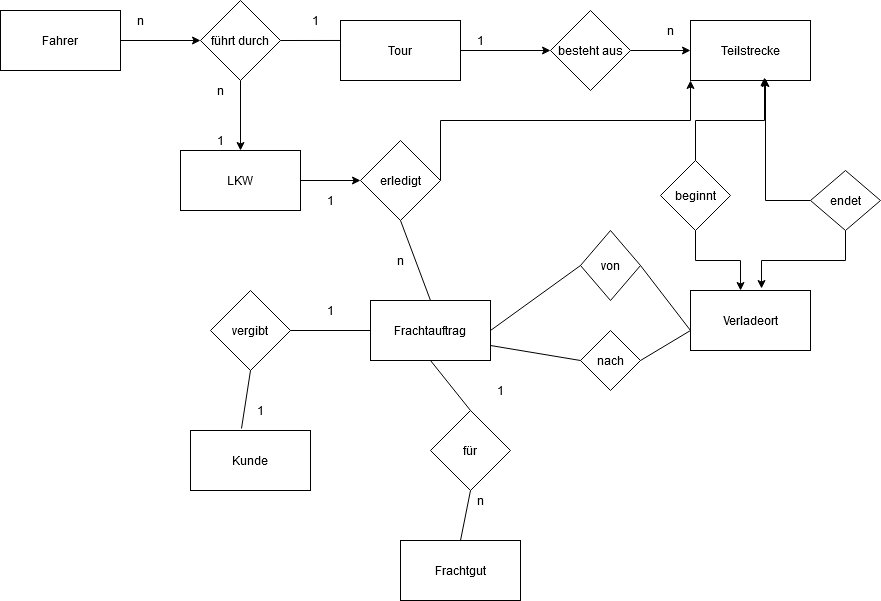
gianluca1606/gianluca1606 keeps this draw.io diagram as Tour.png. Above is the earlier version. Source tidied: cells renumbered, new cells last; positions are measured from the earlier drawing's top-left corner, leaving out a move shared by most shapes. Source of this version:
```xml
<mxGraphModel>
  <root>
    <mxCell id="0" />
    <mxCell id="1" parent="0" />
    <mxCell id="2" style="edgeStyle=orthogonalEdgeStyle;rounded=0;jettySize=auto;html=1;exitX=1;exitY=0.5;exitDx=0;exitDy=0;entryX=0;entryY=0.5;entryDx=0;entryDy=0;" parent="1" edge="1" source="3" target="6">
      <mxGeometry relative="1" as="geometry" />
    </mxCell>
    <mxCell id="3" value="Fahrer" style="rounded=0;whiteSpace=wrap;html=1;" parent="1" vertex="1">
      <mxGeometry y="10" width="120" height="60" as="geometry" />
    </mxCell>
    <mxCell id="4" style="edgeStyle=orthogonalEdgeStyle;rounded=0;jettySize=auto;html=1;exitX=1;exitY=0.5;exitDx=0;exitDy=0;entryX=0.083;entryY=0.333;entryDx=0;entryDy=0;entryPerimeter=0;" parent="1" edge="1" source="6" target="8">
      <mxGeometry relative="1" as="geometry" />
    </mxCell>
    <mxCell id="5" style="edgeStyle=orthogonalEdgeStyle;rounded=0;jettySize=auto;html=1;exitX=0.5;exitY=1;exitDx=0;exitDy=0;entryX=0.5;entryY=0;entryDx=0;entryDy=0;" parent="1" edge="1" source="6" target="13">
      <mxGeometry relative="1" as="geometry" />
    </mxCell>
    <mxCell id="6" value="führt durch" style="rhombus;whiteSpace=wrap;html=1;" parent="1" vertex="1">
      <mxGeometry x="200" width="80" height="80" as="geometry" />
    </mxCell>
    <mxCell id="7" style="edgeStyle=orthogonalEdgeStyle;rounded=0;jettySize=auto;html=1;exitX=1;exitY=0.5;exitDx=0;exitDy=0;entryX=0;entryY=0.5;entryDx=0;entryDy=0;" parent="1" edge="1" source="8" target="10">
      <mxGeometry relative="1" as="geometry" />
    </mxCell>
    <mxCell id="8" value="Tour" style="rounded=0;whiteSpace=wrap;html=1;" parent="1" vertex="1">
      <mxGeometry x="340" y="20" width="120" height="60" as="geometry" />
    </mxCell>
    <mxCell id="9" style="edgeStyle=orthogonalEdgeStyle;rounded=0;jettySize=auto;html=1;exitX=1;exitY=0.5;exitDx=0;exitDy=0;entryX=0;entryY=0.5;entryDx=0;entryDy=0;" parent="1" edge="1" source="10" target="11">
      <mxGeometry relative="1" as="geometry" />
    </mxCell>
    <mxCell id="10" value="besteht aus" style="rhombus;whiteSpace=wrap;html=1;" parent="1" vertex="1">
      <mxGeometry x="550" y="10" width="80" height="80" as="geometry" />
    </mxCell>
    <mxCell id="11" value="Teilstrecke" style="rounded=0;whiteSpace=wrap;html=1;" parent="1" vertex="1">
      <mxGeometry x="690" y="20" width="120" height="60" as="geometry" />
    </mxCell>
    <mxCell id="12" style="edgeStyle=orthogonalEdgeStyle;rounded=0;jettySize=auto;html=1;exitX=1;exitY=0.5;exitDx=0;exitDy=0;entryX=0;entryY=0.5;entryDx=0;entryDy=0;" parent="1" edge="1" source="13" target="15">
      <mxGeometry relative="1" as="geometry" />
    </mxCell>
    <mxCell id="13" value="LKW" style="rounded=0;whiteSpace=wrap;html=1;" parent="1" vertex="1">
      <mxGeometry x="180" y="150" width="120" height="60" as="geometry" />
    </mxCell>
    <mxCell id="14" style="edgeStyle=orthogonalEdgeStyle;rounded=0;jettySize=auto;html=1;exitX=1;exitY=0.5;exitDx=0;exitDy=0;entryX=0;entryY=1;entryDx=0;entryDy=0;" parent="1" edge="1" source="15" target="11">
      <mxGeometry relative="1" as="geometry">
        <Array as="points">
          <mxPoint x="440" y="120" />
          <mxPoint x="690" y="120" />
        </Array>
      </mxGeometry>
    </mxCell>
    <mxCell id="15" value="erledigt" style="rhombus;whiteSpace=wrap;html=1;" parent="1" vertex="1">
      <mxGeometry x="360" y="140" width="80" height="80" as="geometry" />
    </mxCell>
    <mxCell id="16" value="Frachtauftrag" style="rounded=0;whiteSpace=wrap;html=1;" parent="1" vertex="1">
      <mxGeometry x="370" y="300" width="120" height="60" as="geometry" />
    </mxCell>
    <mxCell id="17" value="vergibt" style="rhombus;whiteSpace=wrap;html=1;" parent="1" vertex="1">
      <mxGeometry x="210" y="290" width="80" height="80" as="geometry" />
    </mxCell>
    <mxCell id="18" value="Kunde" style="rounded=0;whiteSpace=wrap;html=1;" parent="1" vertex="1">
      <mxGeometry x="190" y="430" width="120" height="60" as="geometry" />
    </mxCell>
    <mxCell id="19" value="für" style="rhombus;whiteSpace=wrap;html=1;" parent="1" vertex="1">
      <mxGeometry x="430" y="410" width="80" height="80" as="geometry" />
    </mxCell>
    <mxCell id="20" value="Frachtgut" style="rounded=0;whiteSpace=wrap;html=1;" parent="1" vertex="1">
      <mxGeometry x="400" y="540" width="120" height="60" as="geometry" />
    </mxCell>
    <mxCell id="21" value="von" style="rhombus;whiteSpace=wrap;html=1;" parent="1" vertex="1">
      <mxGeometry x="580" y="230" width="60" height="70" as="geometry" />
    </mxCell>
    <mxCell id="22" value="nach" style="rhombus;whiteSpace=wrap;html=1;" parent="1" vertex="1">
      <mxGeometry x="580" y="330" width="60" height="60" as="geometry" />
    </mxCell>
    <mxCell id="23" value="Verladeort" style="rounded=0;whiteSpace=wrap;html=1;" parent="1" vertex="1">
      <mxGeometry x="690" y="290" width="120" height="60" as="geometry" />
    </mxCell>
    <mxCell id="24" style="edgeStyle=orthogonalEdgeStyle;rounded=0;jettySize=auto;html=1;exitX=0.5;exitY=0;exitDx=0;exitDy=0;entryX=0.617;entryY=0.95;entryDx=0;entryDy=0;entryPerimeter=0;" parent="1" edge="1" source="26" target="11">
      <mxGeometry relative="1" as="geometry" />
    </mxCell>
    <mxCell id="25" style="edgeStyle=orthogonalEdgeStyle;rounded=0;jettySize=auto;html=1;exitX=0.5;exitY=1;exitDx=0;exitDy=0;entryX=0.417;entryY=0;entryDx=0;entryDy=0;entryPerimeter=0;" parent="1" edge="1" source="26" target="23">
      <mxGeometry relative="1" as="geometry" />
    </mxCell>
    <mxCell id="26" value="beginnt" style="rhombus;whiteSpace=wrap;html=1;" parent="1" vertex="1">
      <mxGeometry x="660" y="160" width="70" height="70" as="geometry" />
    </mxCell>
    <mxCell id="27" style="edgeStyle=orthogonalEdgeStyle;rounded=0;jettySize=auto;html=1;exitX=0;exitY=0.5;exitDx=0;exitDy=0;entryX=0.625;entryY=0.967;entryDx=0;entryDy=0;entryPerimeter=0;" parent="1" edge="1" source="29" target="11">
      <mxGeometry relative="1" as="geometry" />
    </mxCell>
    <mxCell id="28" style="edgeStyle=orthogonalEdgeStyle;rounded=0;jettySize=auto;html=1;exitX=0.5;exitY=1;exitDx=0;exitDy=0;entryX=0.592;entryY=-0.033;entryDx=0;entryDy=0;entryPerimeter=0;" parent="1" edge="1" source="29" target="23">
      <mxGeometry relative="1" as="geometry" />
    </mxCell>
    <mxCell id="29" value="endet" style="rhombus;whiteSpace=wrap;html=1;" parent="1" vertex="1">
      <mxGeometry x="810" y="170" width="70" height="60" as="geometry" />
    </mxCell>
    <mxCell id="30" style="endArrow=none;html=1;exitX=1;exitY=0.5;exitDx=0;exitDy=0;" parent="1" edge="1" source="22">
      <mxGeometry relative="1" as="geometry">
        <mxPoint x="690" y="330" as="targetPoint" />
      </mxGeometry>
    </mxCell>
    <mxCell id="31" style="endArrow=none;html=1;entryX=1;entryY=0.5;entryDx=0;entryDy=0;" parent="1" edge="1" target="21">
      <mxGeometry relative="1" as="geometry">
        <mxPoint x="690" y="330" as="sourcePoint" />
      </mxGeometry>
    </mxCell>
    <mxCell id="32" style="endArrow=none;html=1;entryX=0.5;entryY=0;entryDx=0;entryDy=0;exitX=0.5;exitY=1;exitDx=0;exitDy=0;" parent="1" edge="1" source="16" target="19">
      <mxGeometry relative="1" as="geometry" />
    </mxCell>
    <mxCell id="33" style="endArrow=none;html=1;exitX=0.5;exitY=0;exitDx=0;exitDy=0;entryX=0.5;entryY=1;entryDx=0;entryDy=0;" parent="1" edge="1" source="20" target="19">
      <mxGeometry relative="1" as="geometry" />
    </mxCell>
    <mxCell id="34" style="endArrow=none;html=1;exitX=0.425;exitY=-0.033;exitDx=0;exitDy=0;exitPerimeter=0;entryX=0.5;entryY=1;entryDx=0;entryDy=0;" parent="1" edge="1" source="18" target="17">
      <mxGeometry relative="1" as="geometry" />
    </mxCell>
    <mxCell id="35" style="endArrow=none;html=1;exitX=1;exitY=0.5;exitDx=0;exitDy=0;entryX=0;entryY=0.5;entryDx=0;entryDy=0;" parent="1" edge="1" source="17" target="16">
      <mxGeometry relative="1" as="geometry" />
    </mxCell>
    <mxCell id="36" style="endArrow=none;html=1;entryX=0.5;entryY=1;entryDx=0;entryDy=0;exitX=0.5;exitY=0;exitDx=0;exitDy=0;" parent="1" edge="1" source="16" target="15">
      <mxGeometry relative="1" as="geometry" />
    </mxCell>
    <mxCell id="37" style="endArrow=none;html=1;exitX=1;exitY=0.5;exitDx=0;exitDy=0;entryX=0;entryY=0.5;entryDx=0;entryDy=0;" parent="1" edge="1" source="16" target="21">
      <mxGeometry relative="1" as="geometry" />
    </mxCell>
    <mxCell id="38" style="endArrow=none;html=1;exitX=1;exitY=0.75;exitDx=0;exitDy=0;entryX=0;entryY=0.5;entryDx=0;entryDy=0;" parent="1" edge="1" source="16" target="22">
      <mxGeometry relative="1" as="geometry" />
    </mxCell>
    <mxCell id="39" value="&lt;div&gt;n&lt;/div&gt;" style="text;html=1;strokeColor=none;fillColor=none;align=center;verticalAlign=middle;whiteSpace=wrap;rounded=0;" parent="1" vertex="1">
      <mxGeometry x="120" y="10" width="40" height="20" as="geometry" />
    </mxCell>
    <mxCell id="40" value="1" style="text;html=1;strokeColor=none;fillColor=none;align=center;verticalAlign=middle;whiteSpace=wrap;rounded=0;" parent="1" vertex="1">
      <mxGeometry x="300" y="10" width="30" height="20" as="geometry" />
    </mxCell>
    <mxCell id="41" value="1" style="text;html=1;strokeColor=none;fillColor=none;align=center;verticalAlign=middle;whiteSpace=wrap;rounded=0;" parent="1" vertex="1">
      <mxGeometry x="460" y="30" width="40" height="20" as="geometry" />
    </mxCell>
    <mxCell id="42" value="n" style="text;html=1;strokeColor=none;fillColor=none;align=center;verticalAlign=middle;whiteSpace=wrap;rounded=0;" parent="1" vertex="1">
      <mxGeometry x="650" y="20" width="40" height="20" as="geometry" />
    </mxCell>
    <mxCell id="43" value="n" style="text;html=1;strokeColor=none;fillColor=none;align=center;verticalAlign=middle;whiteSpace=wrap;rounded=0;" parent="1" vertex="1">
      <mxGeometry x="200" y="80" width="40" height="20" as="geometry" />
    </mxCell>
    <mxCell id="44" value="1" style="text;html=1;strokeColor=none;fillColor=none;align=center;verticalAlign=middle;whiteSpace=wrap;rounded=0;" parent="1" vertex="1">
      <mxGeometry x="200" y="130" width="40" height="20" as="geometry" />
    </mxCell>
    <mxCell id="45" value="1" style="text;html=1;strokeColor=none;fillColor=none;align=center;verticalAlign=middle;whiteSpace=wrap;rounded=0;" parent="1" vertex="1">
      <mxGeometry x="310" y="190" width="40" height="20" as="geometry" />
    </mxCell>
    <mxCell id="46" value="n" style="text;html=1;strokeColor=none;fillColor=none;align=center;verticalAlign=middle;whiteSpace=wrap;rounded=0;" parent="1" vertex="1">
      <mxGeometry x="380" y="250" width="40" height="20" as="geometry" />
    </mxCell>
    <mxCell id="47" value="1" style="text;html=1;strokeColor=none;fillColor=none;align=center;verticalAlign=middle;whiteSpace=wrap;rounded=0;" parent="1" vertex="1">
      <mxGeometry x="310" y="300" width="40" height="20" as="geometry" />
    </mxCell>
    <mxCell id="48" value="1" style="text;html=1;strokeColor=none;fillColor=none;align=center;verticalAlign=middle;whiteSpace=wrap;rounded=0;" parent="1" vertex="1">
      <mxGeometry x="240" y="400" width="40" height="20" as="geometry" />
    </mxCell>
    <mxCell id="49" style="edgeStyle=orthogonalEdgeStyle;rounded=0;orthogonalLoop=1;jettySize=auto;html=1;exitX=0.5;exitY=1;exitDx=0;exitDy=0;" parent="1" edge="1" source="48" target="48">
      <mxGeometry relative="1" as="geometry" />
    </mxCell>
    <mxCell id="50" value="1" style="text;html=1;strokeColor=none;fillColor=none;align=center;verticalAlign=middle;whiteSpace=wrap;rounded=0;" parent="1" vertex="1">
      <mxGeometry x="480" y="380" width="40" height="20" as="geometry" />
    </mxCell>
    <mxCell id="51" value="n" style="text;html=1;strokeColor=none;fillColor=none;align=center;verticalAlign=middle;whiteSpace=wrap;rounded=0;" parent="1" vertex="1">
      <mxGeometry x="460" y="490" width="40" height="20" as="geometry" />
    </mxCell>
  </root>
</mxGraphModel>
```
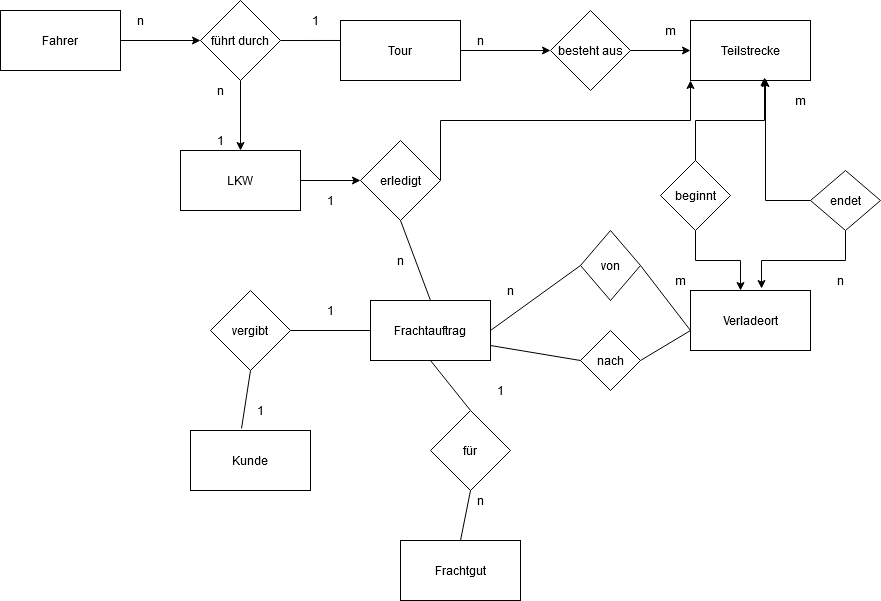
After the change.

Change to the diagram source:
```diff
@@ -128,10 +128,10 @@
     <mxCell id="40" value="1" style="text;html=1;strokeColor=none;fillColor=none;align=center;verticalAlign=middle;whiteSpace=wrap;rounded=0;" parent="1" vertex="1">
       <mxGeometry x="300" y="10" width="30" height="20" as="geometry" />
     </mxCell>
-    <mxCell id="41" value="1" style="text;html=1;strokeColor=none;fillColor=none;align=center;verticalAlign=middle;whiteSpace=wrap;rounded=0;" parent="1" vertex="1">
+    <mxCell id="41" value="n" style="text;html=1;strokeColor=none;fillColor=none;align=center;verticalAlign=middle;whiteSpace=wrap;rounded=0;" parent="1" vertex="1">
       <mxGeometry x="460" y="30" width="40" height="20" as="geometry" />
     </mxCell>
-    <mxCell id="42" value="n" style="text;html=1;strokeColor=none;fillColor=none;align=center;verticalAlign=middle;whiteSpace=wrap;rounded=0;" parent="1" vertex="1">
+    <mxCell id="42" value="m" style="text;html=1;strokeColor=none;fillColor=none;align=center;verticalAlign=middle;whiteSpace=wrap;rounded=0;" parent="1" vertex="1">
       <mxGeometry x="650" y="20" width="40" height="20" as="geometry" />
     </mxCell>
     <mxCell id="43" value="n" style="text;html=1;strokeColor=none;fillColor=none;align=center;verticalAlign=middle;whiteSpace=wrap;rounded=0;" parent="1" vertex="1">
@@ -161,5 +161,17 @@
     <mxCell id="51" value="n" style="text;html=1;strokeColor=none;fillColor=none;align=center;verticalAlign=middle;whiteSpace=wrap;rounded=0;" parent="1" vertex="1">
       <mxGeometry x="460" y="490" width="40" height="20" as="geometry" />
     </mxCell>
+    <mxCell id="52" value="m" style="text;html=1;strokeColor=none;fillColor=none;align=center;verticalAlign=middle;whiteSpace=wrap;rounded=0;" parent="1" vertex="1">
+      <mxGeometry x="780" y="90" width="40" height="20" as="geometry" />
+    </mxCell>
+    <mxCell id="53" value="n" style="text;html=1;strokeColor=none;fillColor=none;align=center;verticalAlign=middle;whiteSpace=wrap;rounded=0;" parent="1" vertex="1">
+      <mxGeometry x="820" y="270" width="40" height="20" as="geometry" />
+    </mxCell>
+    <mxCell id="54" value="m" style="text;html=1;strokeColor=none;fillColor=none;align=center;verticalAlign=middle;whiteSpace=wrap;rounded=0;" parent="1" vertex="1">
+      <mxGeometry x="660" y="270" width="40" height="20" as="geometry" />
+    </mxCell>
+    <mxCell id="55" value="n" style="text;html=1;strokeColor=none;fillColor=none;align=center;verticalAlign=middle;whiteSpace=wrap;rounded=0;" parent="1" vertex="1">
+      <mxGeometry x="490" y="280" width="40" height="20" as="geometry" />
+    </mxCell>
   </root>
 </mxGraphModel>
```
